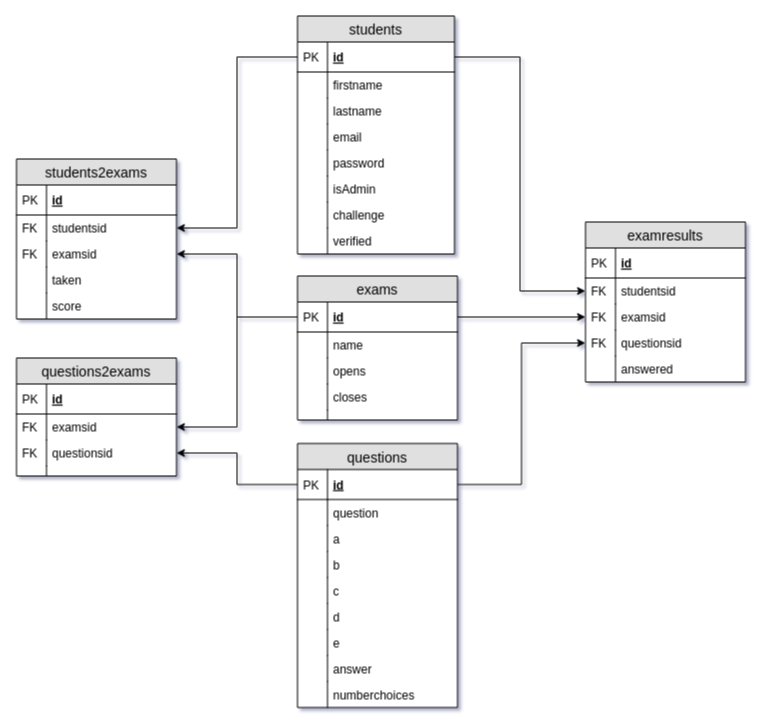
Earlier version of the draw.io diagram ERD.drawio (EDoesCode/QuizApp). Source tidied: cells renumbered, new cells numbered last; positions are measured from the earlier drawing's top-left corner, leaving out a move shared by most shapes. Both pictures are drawn from the tidied source at 100%, with x=0, y=0 at pixel (16, 16).
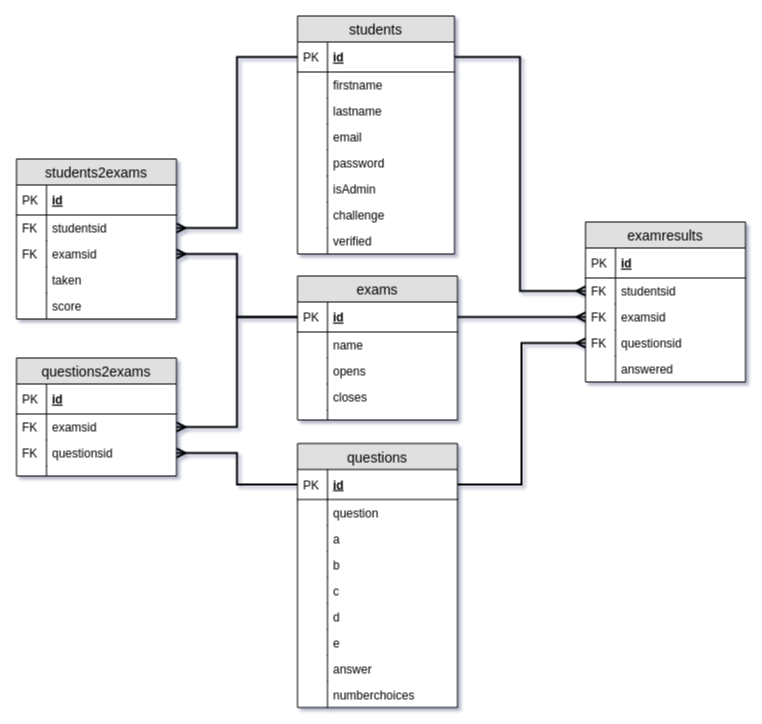
After the change.

The change refers to these unchanged cells:
```xml
<mxCell id="3" value="id" style="shape=partialRectangle;top=0;left=0;right=0;bottom=1;align=left;verticalAlign=middle;fillColor=none;spacingLeft=34;spacingRight=4;overflow=hidden;points=[[0,0.5],[1,0.5]];portConstraint=eastwest;fontStyle=5;fontSize=12;" parent="2" vertex="1">
  <mxGeometry y="26" width="157" height="30" as="geometry" />
</mxCell>
<mxCell id="20" value="id" style="shape=partialRectangle;top=0;left=0;right=0;bottom=1;align=left;verticalAlign=middle;fillColor=none;spacingLeft=34;spacingRight=4;overflow=hidden;points=[[0,0.5],[1,0.5]];portConstraint=eastwest;fontStyle=5;fontSize=12;" parent="19" vertex="1">
  <mxGeometry y="26" width="160" height="30" as="geometry" />
</mxCell>
<mxCell id="39" value="id" style="shape=partialRectangle;top=0;left=0;right=0;bottom=1;align=left;verticalAlign=middle;fillColor=none;spacingLeft=34;spacingRight=4;overflow=hidden;points=[[0,0.5],[1,0.5]];portConstraint=eastwest;fontStyle=5;fontSize=12;" parent="38" vertex="1">
  <mxGeometry y="26" width="160" height="30" as="geometry" />
</mxCell>
<mxCell id="52" value="examsid" style="shape=partialRectangle;top=0;left=0;right=0;bottom=0;align=left;verticalAlign=top;fillColor=none;spacingLeft=34;spacingRight=4;overflow=hidden;points=[[0,0.5],[1,0.5]];portConstraint=eastwest;fontSize=12;" parent="49" vertex="1">
  <mxGeometry y="56" width="160" height="26" as="geometry" />
</mxCell>
<mxCell id="54" value="questionsid" style="shape=partialRectangle;top=0;left=0;right=0;bottom=0;align=left;verticalAlign=top;fillColor=none;spacingLeft=34;spacingRight=4;overflow=hidden;points=[[0,0.5],[1,0.5]];portConstraint=eastwest;fontSize=12;" parent="49" vertex="1">
  <mxGeometry y="82" width="160" height="26" as="geometry" />
</mxCell>
<mxCell id="61" value="studentsid" style="shape=partialRectangle;top=0;left=0;right=0;bottom=0;align=left;verticalAlign=top;fillColor=none;spacingLeft=34;spacingRight=4;overflow=hidden;points=[[0,0.5],[1,0.5]];portConstraint=eastwest;fontSize=12;" parent="58" vertex="1">
  <mxGeometry y="56" width="160" height="26" as="geometry" />
</mxCell>
<mxCell id="63" value="examsid" style="shape=partialRectangle;top=0;left=0;right=0;bottom=0;align=left;verticalAlign=top;fillColor=none;spacingLeft=34;spacingRight=4;overflow=hidden;points=[[0,0.5],[1,0.5]];portConstraint=eastwest;fontSize=12;" parent="58" vertex="1">
  <mxGeometry y="82" width="160" height="26" as="geometry" />
</mxCell>
<mxCell id="76" value="studentsid" style="shape=partialRectangle;top=0;left=0;right=0;bottom=0;align=left;verticalAlign=top;fillColor=none;spacingLeft=34;spacingRight=4;overflow=hidden;points=[[0,0.5],[1,0.5]];portConstraint=eastwest;fontSize=12;" parent="73" vertex="1">
  <mxGeometry y="56" width="160" height="26" as="geometry" />
</mxCell>
<mxCell id="78" value="examsid" style="shape=partialRectangle;top=0;left=0;right=0;bottom=0;align=left;verticalAlign=top;fillColor=none;spacingLeft=34;spacingRight=4;overflow=hidden;points=[[0,0.5],[1,0.5]];portConstraint=eastwest;fontSize=12;" parent="73" vertex="1">
  <mxGeometry y="82" width="160" height="26" as="geometry" />
</mxCell>
<mxCell id="80" value="questionsid" style="shape=partialRectangle;top=0;left=0;right=0;bottom=0;align=left;verticalAlign=top;fillColor=none;spacingLeft=34;spacingRight=4;overflow=hidden;points=[[0,0.5],[1,0.5]];portConstraint=eastwest;fontSize=12;" parent="73" vertex="1">
  <mxGeometry y="108" width="160" height="26" as="geometry" />
</mxCell>
```

What changed in the source:
```diff
@@
-    <mxCell id="69" style="edgeStyle=orthogonalEdgeStyle;rounded=0;jettySize=auto;html=1;exitX=0;exitY=0.5;exitDx=0;exitDy=0;entryX=1;entryY=0.5;entryDx=0;entryDy=0;" parent="1" edge="1" source="3" target="61">
+    <mxCell id="69" style="edgeStyle=orthogonalEdgeStyle;rounded=0;jettySize=auto;html=1;exitX=0;exitY=0.5;exitDx=0;exitDy=0;entryX=1;entryY=0.5;entryDx=0;entryDy=0;endArrow=ERmany;endFill=0;strokeWidth=2;" parent="1" edge="1" source="3" target="61">
       <mxGeometry relative="1" as="geometry" />
     </mxCell>
-    <mxCell id="70" style="edgeStyle=orthogonalEdgeStyle;rounded=0;jettySize=auto;html=1;exitX=0;exitY=0.5;exitDx=0;exitDy=0;entryX=1;entryY=0.5;entryDx=0;entryDy=0;" parent="1" edge="1" source="39" target="63">
+    <mxCell id="70" style="edgeStyle=orthogonalEdgeStyle;rounded=0;jettySize=auto;html=1;exitX=0;exitY=0.5;exitDx=0;exitDy=0;entryX=1;entryY=0.5;entryDx=0;entryDy=0;endArrow=ERmany;endFill=0;strokeWidth=2;" parent="1" edge="1" source="39" target="63">
       <mxGeometry relative="1" as="geometry" />
     </mxCell>
-    <mxCell id="71" style="edgeStyle=orthogonalEdgeStyle;rounded=0;jettySize=auto;html=1;exitX=0;exitY=0.5;exitDx=0;exitDy=0;entryX=1;entryY=0.5;entryDx=0;entryDy=0;" parent="1" edge="1" source="39" target="52">
+    <mxCell id="71" style="edgeStyle=orthogonalEdgeStyle;rounded=0;jettySize=auto;html=1;exitX=0;exitY=0.5;exitDx=0;exitDy=0;entryX=1;entryY=0.5;entryDx=0;entryDy=0;endArrow=ERmany;endFill=0;strokeWidth=2;" parent="1" edge="1" source="39" target="52">
       <mxGeometry relative="1" as="geometry" />
     </mxCell>
-    <mxCell id="72" style="edgeStyle=orthogonalEdgeStyle;rounded=0;jettySize=auto;html=1;exitX=0;exitY=0.5;exitDx=0;exitDy=0;entryX=1;entryY=0.5;entryDx=0;entryDy=0;" parent="1" edge="1" source="20" target="54">
+    <mxCell id="72" style="edgeStyle=orthogonalEdgeStyle;rounded=0;jettySize=auto;html=1;exitX=0;exitY=0.5;exitDx=0;exitDy=0;entryX=1;entryY=0.5;entryDx=0;entryDy=0;endArrow=ERmany;endFill=0;strokeWidth=2;" parent="1" edge="1" source="20" target="54">
       <mxGeometry relative="1" as="geometry" />
     </mxCell>
@@
-    <mxCell id="84" style="edgeStyle=orthogonalEdgeStyle;rounded=0;jettySize=auto;html=1;exitX=1;exitY=0.5;exitDx=0;exitDy=0;" parent="1" edge="1" source="3" target="76">
+    <mxCell id="84" style="edgeStyle=orthogonalEdgeStyle;rounded=0;jettySize=auto;html=1;exitX=1;exitY=0.5;exitDx=0;exitDy=0;endArrow=ERmany;endFill=0;strokeWidth=2;" parent="1" edge="1" source="3" target="76">
       <mxGeometry relative="1" as="geometry" />
     </mxCell>
-    <mxCell id="85" style="edgeStyle=orthogonalEdgeStyle;rounded=0;jettySize=auto;html=1;exitX=1;exitY=0.5;exitDx=0;exitDy=0;" parent="1" edge="1" source="39" target="78">
+    <mxCell id="85" style="edgeStyle=orthogonalEdgeStyle;rounded=0;jettySize=auto;html=1;exitX=1;exitY=0.5;exitDx=0;exitDy=0;endArrow=ERmany;endFill=0;strokeWidth=2;" parent="1" edge="1" source="39" target="78">
       <mxGeometry relative="1" as="geometry" />
     </mxCell>
-    <mxCell id="86" style="edgeStyle=orthogonalEdgeStyle;rounded=0;jettySize=auto;html=1;exitX=1;exitY=0.5;exitDx=0;exitDy=0;entryX=0;entryY=0.5;entryDx=0;entryDy=0;" parent="1" edge="1" source="20" target="80">
+    <mxCell id="86" style="edgeStyle=orthogonalEdgeStyle;rounded=0;jettySize=auto;html=1;exitX=1;exitY=0.5;exitDx=0;exitDy=0;entryX=0;entryY=0.5;entryDx=0;entryDy=0;endArrow=ERmany;endFill=0;strokeWidth=2;" parent="1" edge="1" source="20" target="80">
       <mxGeometry relative="1" as="geometry" />
     </mxCell>
```
